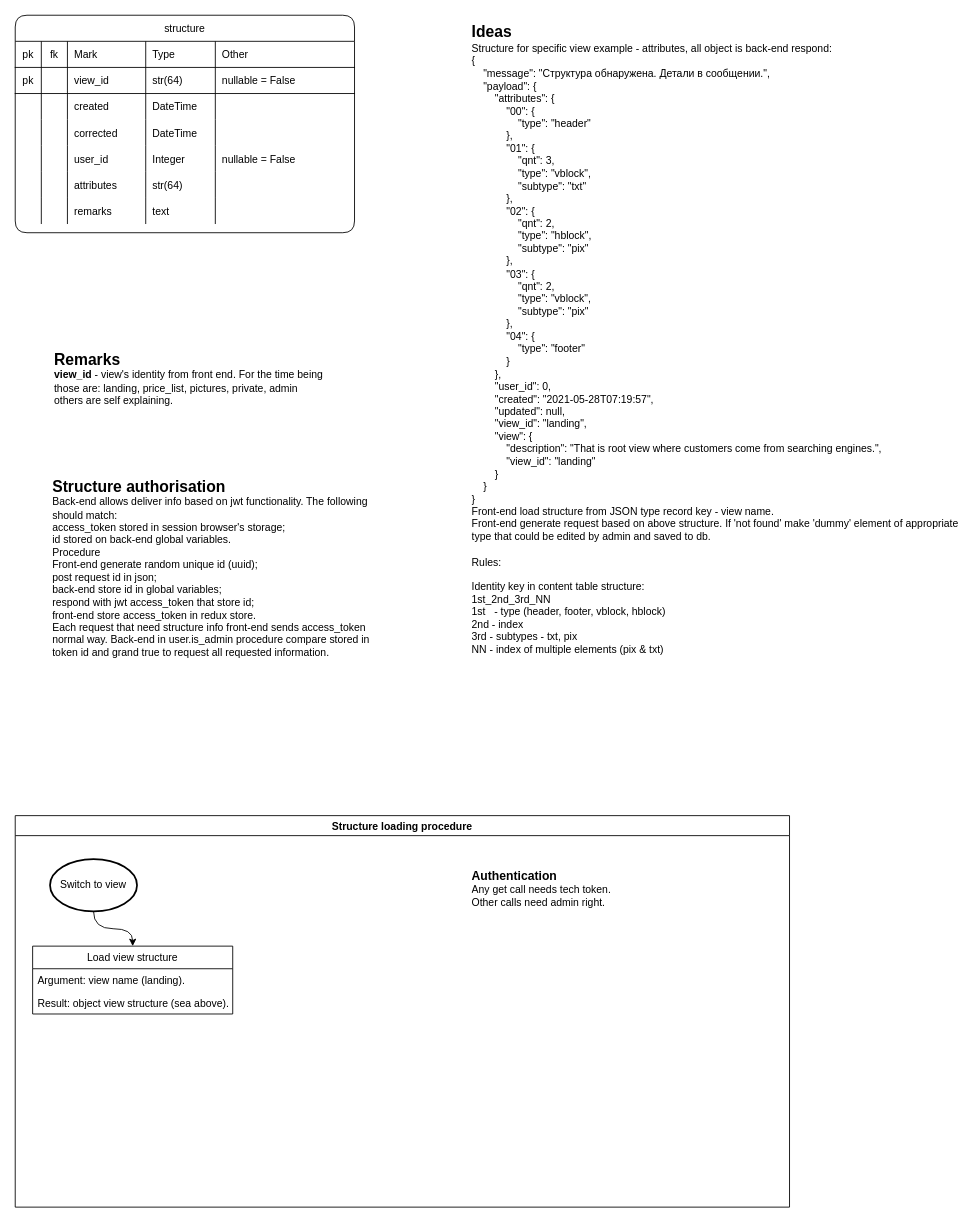
Before: page "structure table and procedure" (6 of 12) of market-coffee.drawio in Sergey190309/220415-market-caffee, a draw.io diagram. Source tidied: cells renumbered, new cells numbered last; positions are measured from the earlier drawing's top-left corner, leaving out a move shared by most shapes. Both pictures are drawn from the tidied source at 87%, with x=0, y=0 at pixel (15, 15).
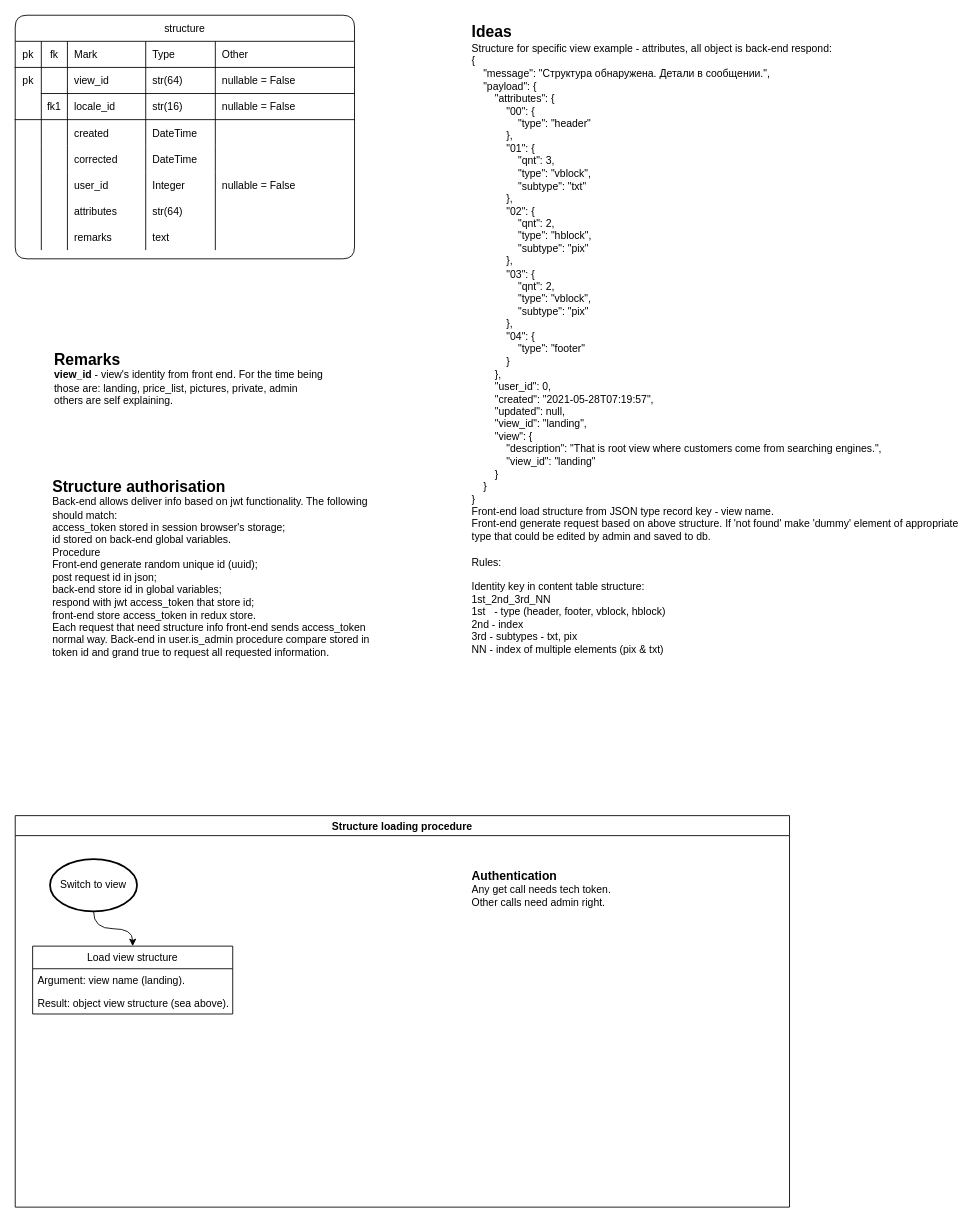
The same diagram, later.

Diff of the diagram source:
```diff
@@
     <mxCell id="2" value="structure" style="shape=table;startSize=30;childLayout=tableLayout;rowLines=0;fontStyle=0;align=center;shadow=0;labelBackgroundColor=none;strokeWidth=1;fontColor=#000000;rounded=1;" parent="1" vertex="1">
-      <mxGeometry width="390" height="250" as="geometry" />
+      <mxGeometry width="390" height="280" as="geometry" />
     </mxCell>
@@
-    <mxCell id="9" style="shape=partialRectangle;fillColor=none;top=0;left=0;bottom=1;right=0;fontStyle=5;rounded=1;" parent="2" vertex="1">
+    <mxCell id="9" style="shape=partialRectangle;fillColor=none;top=0;left=0;bottom=1;right=0;fontStyle=5;rounded=1;strokeColor=none;" parent="2" vertex="1">
       <mxGeometry y="60" width="390" height="30" as="geometry" />
     </mxCell>
-    <mxCell id="10" value="pk" style="shape=partialRectangle;fillColor=none;top=0;left=0;bottom=0;right=0;fontStyle=0;overflow=hidden;rounded=1;" parent="9" vertex="1">
+    <mxCell id="10" value="pk" style="shape=partialRectangle;fillColor=none;top=0;left=0;bottom=0;right=0;fontStyle=0;overflow=hidden;rounded=1;strokeColor=none;" parent="9" vertex="1">
       <mxGeometry width="30" height="30" as="geometry" />
     </mxCell>
-    <mxCell id="11" style="shape=partialRectangle;fillColor=none;top=0;left=0;bottom=0;right=0;fontStyle=0;overflow=hidden;rounded=1;" parent="9" vertex="1">
+    <mxCell id="11" style="shape=partialRectangle;fillColor=none;top=0;left=0;bottom=1;right=0;fontStyle=0;overflow=hidden;rounded=1;" parent="9" vertex="1">
       <mxGeometry x="30" width="30" height="30" as="geometry" />
     </mxCell>
-    <mxCell id="12" value="view_id" style="shape=partialRectangle;fillColor=none;top=0;left=0;bottom=0;right=0;align=left;spacingLeft=6;fontStyle=0;overflow=hidden;rounded=1;" parent="9" vertex="1">
+    <mxCell id="12" value="view_id" style="shape=partialRectangle;fillColor=none;top=0;left=0;bottom=1;right=0;align=left;spacingLeft=6;fontStyle=0;overflow=hidden;rounded=1;" parent="9" vertex="1">
       <mxGeometry x="60" width="90" height="30" as="geometry" />
     </mxCell>
-    <mxCell id="13" value="str(64)" style="shape=partialRectangle;fillColor=none;top=0;left=0;bottom=0;right=0;align=left;spacingLeft=6;fontStyle=0;overflow=hidden;rounded=1;" parent="9" vertex="1">
+    <mxCell id="13" value="str(64)" style="shape=partialRectangle;fillColor=none;top=0;left=0;bottom=1;right=0;align=left;spacingLeft=6;fontStyle=0;overflow=hidden;rounded=1;" parent="9" vertex="1">
       <mxGeometry x="150" width="80" height="30" as="geometry" />
     </mxCell>
-    <mxCell id="14" value="nullable = False" style="shape=partialRectangle;fillColor=none;top=0;left=0;bottom=0;right=0;align=left;spacingLeft=6;fontStyle=0;overflow=hidden;rounded=1;" parent="9" vertex="1">
+    <mxCell id="14" value="nullable = False" style="shape=partialRectangle;fillColor=none;top=0;left=0;bottom=1;right=0;align=left;spacingLeft=6;fontStyle=0;overflow=hidden;rounded=1;" parent="9" vertex="1">
       <mxGeometry x="230" width="160" height="30" as="geometry" />
     </mxCell>
+    <mxCell id="57" style="shape=partialRectangle;fillColor=none;top=0;left=0;bottom=1;right=0;fontStyle=5;rounded=1;" parent="2" vertex="1">
+      <mxGeometry y="90" width="390" height="30" as="geometry" />
+    </mxCell>
+    <mxCell id="58" style="shape=partialRectangle;fillColor=none;top=0;left=0;bottom=0;right=0;fontStyle=0;overflow=hidden;rounded=1;strokeColor=none;" parent="57" vertex="1">
+      <mxGeometry width="30" height="30" as="geometry" />
+    </mxCell>
+    <mxCell id="59" value="fk1" style="shape=partialRectangle;fillColor=none;top=0;left=0;bottom=0;right=0;fontStyle=0;overflow=hidden;rounded=1;" parent="57" vertex="1">
+      <mxGeometry x="30" width="30" height="30" as="geometry" />
+    </mxCell>
+    <mxCell id="60" value="locale_id" style="shape=partialRectangle;fillColor=none;top=0;left=0;bottom=0;right=0;align=left;spacingLeft=6;fontStyle=0;overflow=hidden;rounded=1;" parent="57" vertex="1">
+      <mxGeometry x="60" width="90" height="30" as="geometry" />
+    </mxCell>
+    <mxCell id="61" value="str(16)" style="shape=partialRectangle;fillColor=none;top=0;left=0;bottom=0;right=0;align=left;spacingLeft=6;fontStyle=0;overflow=hidden;rounded=1;" parent="57" vertex="1">
+      <mxGeometry x="150" width="80" height="30" as="geometry" />
+    </mxCell>
+    <mxCell id="62" value="nullable = False" style="shape=partialRectangle;fillColor=none;top=0;left=0;bottom=0;right=0;align=left;spacingLeft=6;fontStyle=0;overflow=hidden;rounded=1;" parent="57" vertex="1">
+      <mxGeometry x="230" width="160" height="30" as="geometry" />
+    </mxCell>
     <mxCell id="15" style="shape=partialRectangle;fillColor=none;top=0;left=0;bottom=0;right=0;rounded=1;" parent="2" vertex="1">
-      <mxGeometry y="90" width="390" height="30" as="geometry" />
+      <mxGeometry y="120" width="390" height="30" as="geometry" />
     </mxCell>
@@
     <mxCell id="21" style="shape=partialRectangle;fillColor=none;top=0;left=0;bottom=0;right=0;rounded=1;" parent="2" vertex="1">
-      <mxGeometry y="120" width="390" height="30" as="geometry" />
+      <mxGeometry y="150" width="390" height="30" as="geometry" />
     </mxCell>
@@
     <mxCell id="27" style="shape=partialRectangle;fillColor=none;top=0;left=0;bottom=0;right=0;rounded=1;" parent="2" vertex="1">
-      <mxGeometry y="150" width="390" height="30" as="geometry" />
+      <mxGeometry y="180" width="390" height="30" as="geometry" />
     </mxCell>
@@
     <mxCell id="33" style="shape=partialRectangle;fillColor=none;top=0;left=0;bottom=0;right=0;rounded=1;" parent="2" vertex="1">
-      <mxGeometry y="180" width="390" height="30" as="geometry" />
+      <mxGeometry y="210" width="390" height="30" as="geometry" />
     </mxCell>
@@
     <mxCell id="39" style="shape=partialRectangle;fillColor=none;top=0;left=0;bottom=0;right=0;rounded=1;" parent="2" vertex="1">
-      <mxGeometry y="210" width="390" height="30" as="geometry" />
+      <mxGeometry y="240" width="390" height="30" as="geometry" />
     </mxCell>
```
